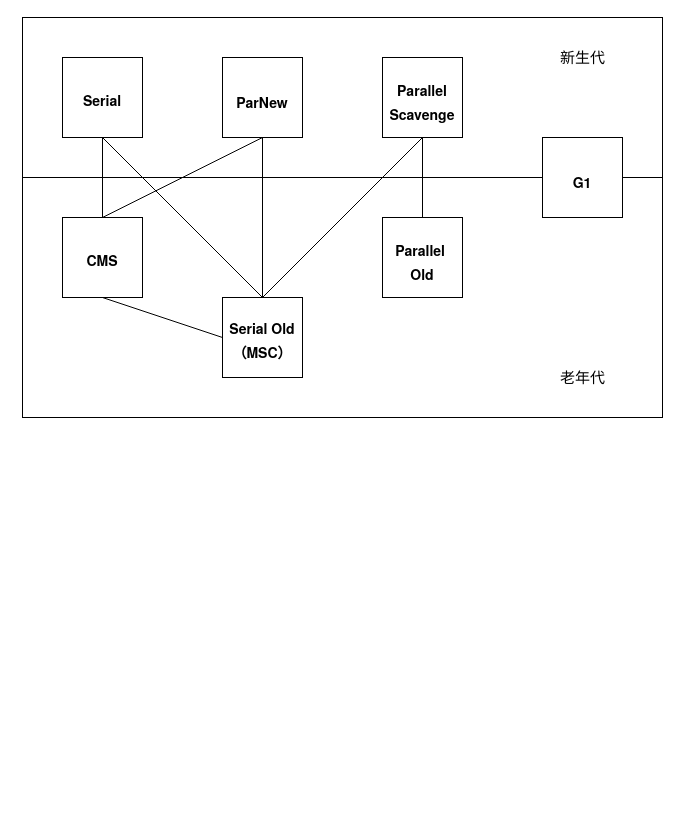
The draw.io diagram 垃圾回收器/垃圾回收器.drawio in zero-97/picture-of-the-article, before the edit. Source tidied: cells renumbered, new cells numbered last; positions are measured from the earlier drawing's top-left corner, leaving out a move shared by most shapes. Both pictures are drawn from the tidied source at 100%, with x=0, y=0 at pixel (22, 17).
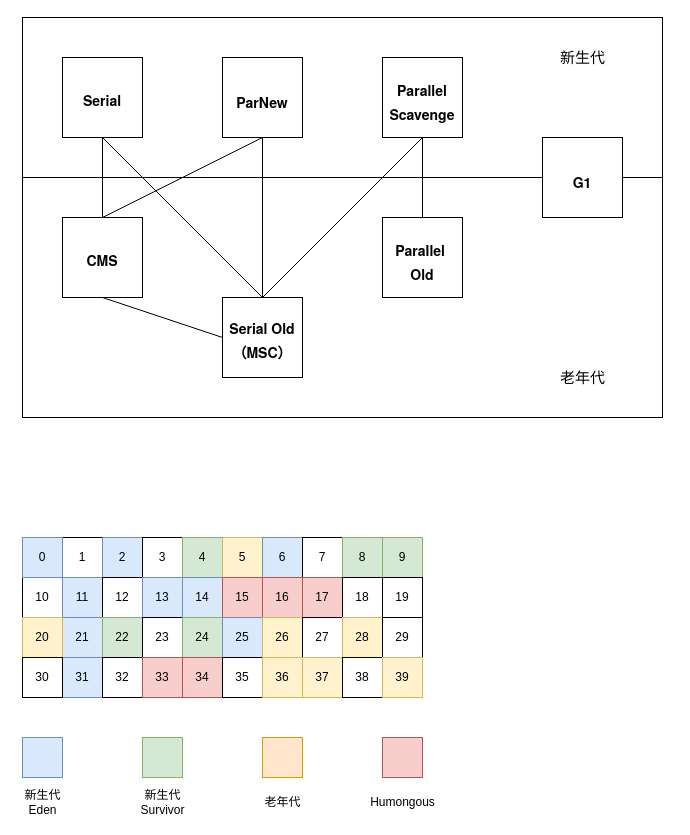
After the change.

Commit message:
Update 垃圾回收器.drawio

Diff of the diagram source:
```diff
@@
+    <mxCell id="22" value="1" style="whiteSpace=wrap;html=1;" parent="1" vertex="1">
+      <mxGeometry x="40" y="520" width="40" height="40" as="geometry" />
+    </mxCell>
+    <mxCell id="23" value="2" style="whiteSpace=wrap;html=1;fillColor=#dae8fc;strokeColor=#6c8ebf;" parent="1" vertex="1">
+      <mxGeometry x="80" y="520" width="40" height="40" as="geometry" />
+    </mxCell>
+    <mxCell id="24" value="3" style="whiteSpace=wrap;html=1;" parent="1" vertex="1">
+      <mxGeometry x="120" y="520" width="40" height="40" as="geometry" />
+    </mxCell>
+    <mxCell id="25" value="4" style="whiteSpace=wrap;html=1;fillColor=#d5e8d4;strokeColor=#82b366;" parent="1" vertex="1">
+      <mxGeometry x="160" y="520" width="40" height="40" as="geometry" />
+    </mxCell>
+    <mxCell id="26" value="5" style="whiteSpace=wrap;html=1;fillColor=#fff2cc;strokeColor=#d6b656;" parent="1" vertex="1">
+      <mxGeometry x="200" y="520" width="40" height="40" as="geometry" />
+    </mxCell>
+    <mxCell id="27" value="6" style="whiteSpace=wrap;html=1;fillColor=#dae8fc;strokeColor=#6c8ebf;" parent="1" vertex="1">
+      <mxGeometry x="240" y="520" width="40" height="40" as="geometry" />
+    </mxCell>
+    <mxCell id="28" value="7" style="whiteSpace=wrap;html=1;" parent="1" vertex="1">
+      <mxGeometry x="280" y="520" width="40" height="40" as="geometry" />
+    </mxCell>
+    <mxCell id="29" value="8" style="whiteSpace=wrap;html=1;fillColor=#d5e8d4;strokeColor=#82b366;" parent="1" vertex="1">
+      <mxGeometry x="320" y="520" width="40" height="40" as="geometry" />
+    </mxCell>
+    <mxCell id="30" value="9" style="whiteSpace=wrap;html=1;fillColor=#d5e8d4;strokeColor=#82b366;" parent="1" vertex="1">
+      <mxGeometry x="360" y="520" width="40" height="40" as="geometry" />
+    </mxCell>
+    <mxCell id="31" value="10" style="whiteSpace=wrap;html=1;" parent="1" vertex="1">
+      <mxGeometry y="560" width="40" height="40" as="geometry" />
+    </mxCell>
+    <mxCell id="32" value="11" style="whiteSpace=wrap;html=1;fillColor=#dae8fc;strokeColor=#6c8ebf;" parent="1" vertex="1">
+      <mxGeometry x="40" y="560" width="40" height="40" as="geometry" />
+    </mxCell>
+    <mxCell id="33" value="12" style="whiteSpace=wrap;html=1;" parent="1" vertex="1">
+      <mxGeometry x="80" y="560" width="40" height="40" as="geometry" />
+    </mxCell>
+    <mxCell id="34" value="13" style="whiteSpace=wrap;html=1;fillColor=#dae8fc;strokeColor=#6c8ebf;" parent="1" vertex="1">
+      <mxGeometry x="120" y="560" width="40" height="40" as="geometry" />
+    </mxCell>
+    <mxCell id="35" value="14" style="whiteSpace=wrap;html=1;fillColor=#dae8fc;strokeColor=#6c8ebf;" parent="1" vertex="1">
+      <mxGeometry x="160" y="560" width="40" height="40" as="geometry" />
+    </mxCell>
+    <mxCell id="36" value="15" style="whiteSpace=wrap;html=1;fillColor=#f8cecc;strokeColor=#b85450;" parent="1" vertex="1">
+      <mxGeometry x="200" y="560" width="40" height="40" as="geometry" />
+    </mxCell>
+    <mxCell id="37" value="16" style="whiteSpace=wrap;html=1;fillColor=#f8cecc;strokeColor=#b85450;" parent="1" vertex="1">
+      <mxGeometry x="240" y="560" width="40" height="40" as="geometry" />
+    </mxCell>
+    <mxCell id="38" value="0" style="whiteSpace=wrap;html=1;fillColor=#dae8fc;strokeColor=#6c8ebf;" parent="1" vertex="1">
+      <mxGeometry y="520" width="40" height="40" as="geometry" />
+    </mxCell>
+    <mxCell id="39" value="17" style="whiteSpace=wrap;html=1;fillColor=#f8cecc;strokeColor=#b85450;" parent="1" vertex="1">
+      <mxGeometry x="280" y="560" width="40" height="40" as="geometry" />
+    </mxCell>
+    <mxCell id="40" value="18" style="whiteSpace=wrap;html=1;" parent="1" vertex="1">
+      <mxGeometry x="320" y="560" width="40" height="40" as="geometry" />
+    </mxCell>
+    <mxCell id="41" value="19" style="whiteSpace=wrap;html=1;" parent="1" vertex="1">
+      <mxGeometry x="360" y="560" width="40" height="40" as="geometry" />
+    </mxCell>
+    <mxCell id="42" value="21" style="whiteSpace=wrap;html=1;fillColor=#dae8fc;strokeColor=#6c8ebf;" parent="1" vertex="1">
+      <mxGeometry x="40" y="600" width="40" height="40" as="geometry" />
+    </mxCell>
+    <mxCell id="43" value="22" style="whiteSpace=wrap;html=1;fillColor=#d5e8d4;strokeColor=#82b366;" parent="1" vertex="1">
+      <mxGeometry x="80" y="600" width="40" height="40" as="geometry" />
+    </mxCell>
+    <mxCell id="44" value="23" style="whiteSpace=wrap;html=1;" parent="1" vertex="1">
+      <mxGeometry x="120" y="600" width="40" height="40" as="geometry" />
+    </mxCell>
+    <mxCell id="45" value="24" style="whiteSpace=wrap;html=1;fillColor=#d5e8d4;strokeColor=#82b366;" parent="1" vertex="1">
+      <mxGeometry x="160" y="600" width="40" height="40" as="geometry" />
+    </mxCell>
+    <mxCell id="46" value="25" style="whiteSpace=wrap;html=1;fillColor=#dae8fc;strokeColor=#6c8ebf;" parent="1" vertex="1">
+      <mxGeometry x="200" y="600" width="40" height="40" as="geometry" />
+    </mxCell>
+    <mxCell id="47" value="26" style="whiteSpace=wrap;html=1;fillColor=#fff2cc;strokeColor=#d6b656;" parent="1" vertex="1">
+      <mxGeometry x="240" y="600" width="40" height="40" as="geometry" />
+    </mxCell>
+    <mxCell id="48" value="27" style="whiteSpace=wrap;html=1;" parent="1" vertex="1">
+      <mxGeometry x="280" y="600" width="40" height="40" as="geometry" />
+    </mxCell>
+    <mxCell id="49" value="28" style="whiteSpace=wrap;html=1;fillColor=#fff2cc;strokeColor=#d6b656;" parent="1" vertex="1">
+      <mxGeometry x="320" y="600" width="40" height="40" as="geometry" />
+    </mxCell>
+    <mxCell id="50" value="29" style="whiteSpace=wrap;html=1;" parent="1" vertex="1">
+      <mxGeometry x="360" y="600" width="40" height="40" as="geometry" />
+    </mxCell>
+    <mxCell id="51" value="20" style="whiteSpace=wrap;html=1;fillColor=#fff2cc;strokeColor=#d6b656;" parent="1" vertex="1">
+      <mxGeometry y="600" width="40" height="40" as="geometry" />
+    </mxCell>
+    <mxCell id="52" value="31" style="whiteSpace=wrap;html=1;fillColor=#dae8fc;strokeColor=#6c8ebf;" parent="1" vertex="1">
+      <mxGeometry x="40" y="640" width="40" height="40" as="geometry" />
+    </mxCell>
+    <mxCell id="53" value="32" style="whiteSpace=wrap;html=1;" parent="1" vertex="1">
+      <mxGeometry x="80" y="640" width="40" height="40" as="geometry" />
+    </mxCell>
+    <mxCell id="54" value="33" style="whiteSpace=wrap;html=1;fillColor=#f8cecc;strokeColor=#b85450;" parent="1" vertex="1">
+      <mxGeometry x="120" y="640" width="40" height="40" as="geometry" />
+    </mxCell>
+    <mxCell id="55" value="34" style="whiteSpace=wrap;html=1;fillColor=#f8cecc;strokeColor=#b85450;" parent="1" vertex="1">
+      <mxGeometry x="160" y="640" width="40" height="40" as="geometry" />
+    </mxCell>
+    <mxCell id="56" value="35" style="whiteSpace=wrap;html=1;" parent="1" vertex="1">
+      <mxGeometry x="200" y="640" width="40" height="40" as="geometry" />
+    </mxCell>
+    <mxCell id="57" value="36" style="whiteSpace=wrap;html=1;fillColor=#fff2cc;strokeColor=#d6b656;" parent="1" vertex="1">
+      <mxGeometry x="240" y="640" width="40" height="40" as="geometry" />
+    </mxCell>
+    <mxCell id="58" value="37" style="whiteSpace=wrap;html=1;fillColor=#fff2cc;strokeColor=#d6b656;" parent="1" vertex="1">
+      <mxGeometry x="280" y="640" width="40" height="40" as="geometry" />
+    </mxCell>
+    <mxCell id="59" value="38" style="whiteSpace=wrap;html=1;" parent="1" vertex="1">
+      <mxGeometry x="320" y="640" width="40" height="40" as="geometry" />
+    </mxCell>
+    <mxCell id="60" value="39" style="whiteSpace=wrap;html=1;fillColor=#fff2cc;strokeColor=#d6b656;" parent="1" vertex="1">
+      <mxGeometry x="360" y="640" width="40" height="40" as="geometry" />
+    </mxCell>
+    <mxCell id="61" value="30" style="whiteSpace=wrap;html=1;" parent="1" vertex="1">
+      <mxGeometry y="640" width="40" height="40" as="geometry" />
+    </mxCell>
+    <mxCell id="62" style="whiteSpace=wrap;html=1;fillColor=#dae8fc;strokeColor=#6c8ebf;" parent="1" vertex="1">
+      <mxGeometry y="720" width="40" height="40" as="geometry" />
+    </mxCell>
+    <mxCell id="63" style="whiteSpace=wrap;html=1;fillColor=#d5e8d4;strokeColor=#82b366;" parent="1" vertex="1">
+      <mxGeometry x="120" y="720" width="40" height="40" as="geometry" />
+    </mxCell>
+    <mxCell id="64" style="whiteSpace=wrap;html=1;fillColor=#ffe6cc;strokeColor=#d79b00;" parent="1" vertex="1">
+      <mxGeometry x="240" y="720" width="40" height="40" as="geometry" />
+    </mxCell>
+    <mxCell id="65" style="whiteSpace=wrap;html=1;fillColor=#f8cecc;strokeColor=#b85450;" parent="1" vertex="1">
+      <mxGeometry x="360" y="720" width="40" height="40" as="geometry" />
+    </mxCell>
+    <mxCell id="66" value="新生代&lt;br&gt;Eden" style="text;html=1;align=center;verticalAlign=middle;strokeColor=none;fillColor=none;" parent="1" vertex="1">
+      <mxGeometry x="-5" y="770" width="50" height="30" as="geometry" />
+    </mxCell>
+    <mxCell id="67" value="新生代&lt;br&gt;Survivor" style="text;html=1;align=center;verticalAlign=middle;strokeColor=none;fillColor=none;" parent="1" vertex="1">
+      <mxGeometry x="110" y="770" width="60" height="30" as="geometry" />
+    </mxCell>
+    <mxCell id="68" value="老年代" style="text;html=1;align=center;verticalAlign=middle;strokeColor=none;fillColor=none;" parent="1" vertex="1">
+      <mxGeometry x="235" y="775" width="50" height="20" as="geometry" />
+    </mxCell>
+    <mxCell id="69" value="Humongous" style="text;html=1;align=center;verticalAlign=middle;strokeColor=none;fillColor=none;" parent="1" vertex="1">
+      <mxGeometry x="340" y="775" width="80" height="20" as="geometry" />
+    </mxCell>
```
